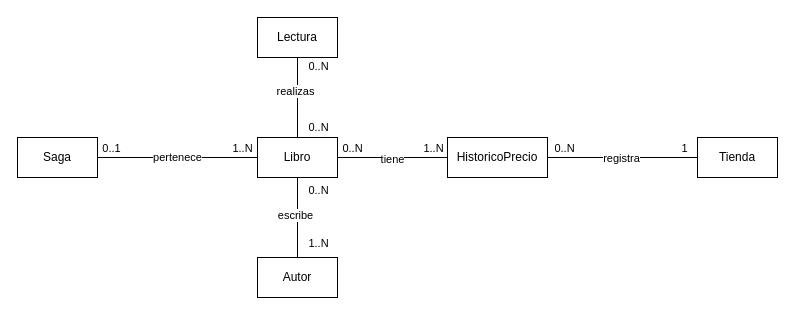
Above: planning/diagrams/Diagrama del dominio.drawio in sandraqiao/TFG (draw.io), before the change. Source tidied: cells renumbered, new cells numbered last; positions are measured from the earlier drawing's top-left corner, leaving out a move shared by most shapes. Both pictures are drawn from the tidied source at 100%, with x=0, y=0 at pixel (17, 17).
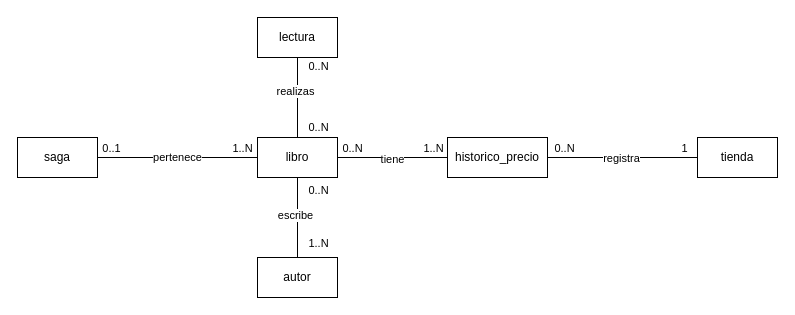
Above is the later version.

Change to the diagram source:
```diff
@@
-    <mxCell id="13" value="Libro" style="rounded=0;whiteSpace=wrap;html=1;" parent="1" vertex="1">
+    <mxCell id="13" value="libro" style="rounded=0;whiteSpace=wrap;html=1;" parent="1" vertex="1">
       <mxGeometry x="240" y="120" width="80" height="40" as="geometry" />
     </mxCell>
-    <mxCell id="14" value="Autor" style="rounded=0;whiteSpace=wrap;html=1;" parent="1" vertex="1">
+    <mxCell id="14" value="autor" style="rounded=0;whiteSpace=wrap;html=1;" parent="1" vertex="1">
       <mxGeometry x="240" y="240" width="80" height="40" as="geometry" />
     </mxCell>
-    <mxCell id="15" value="Saga" style="rounded=0;whiteSpace=wrap;html=1;" parent="1" vertex="1">
+    <mxCell id="15" value="saga" style="rounded=0;whiteSpace=wrap;html=1;" parent="1" vertex="1">
       <mxGeometry y="120" width="80" height="40" as="geometry" />
     </mxCell>
@@
-    <mxCell id="20" value="Tienda" style="rounded=0;whiteSpace=wrap;html=1;" parent="1" vertex="1">
+    <mxCell id="20" value="tienda" style="rounded=0;whiteSpace=wrap;html=1;" parent="1" vertex="1">
       <mxGeometry x="680" y="120" width="80" height="40" as="geometry" />
     </mxCell>
-    <mxCell id="21" value="Historico&lt;span style=&quot;background-color: transparent; color: light-dark(rgb(0, 0, 0), rgb(255, 255, 255));&quot;&gt;Precio&lt;/span&gt;" style="rounded=0;whiteSpace=wrap;html=1;" parent="1" vertex="1">
+    <mxCell id="21" value="historico_p&lt;span style=&quot;background-color: transparent; color: light-dark(rgb(0, 0, 0), rgb(255, 255, 255));&quot;&gt;recio&lt;/span&gt;" style="rounded=0;whiteSpace=wrap;html=1;" parent="1" vertex="1">
       <mxGeometry x="430" y="120" width="100" height="40" as="geometry" />
     </mxCell>
@@
-    <mxCell id="26" value="Lectura" style="rounded=0;whiteSpace=wrap;html=1;" parent="1" vertex="1">
+    <mxCell id="26" value="lectura" style="rounded=0;whiteSpace=wrap;html=1;" parent="1" vertex="1">
       <mxGeometry x="240" width="80" height="40" as="geometry" />
     </mxCell>
```
